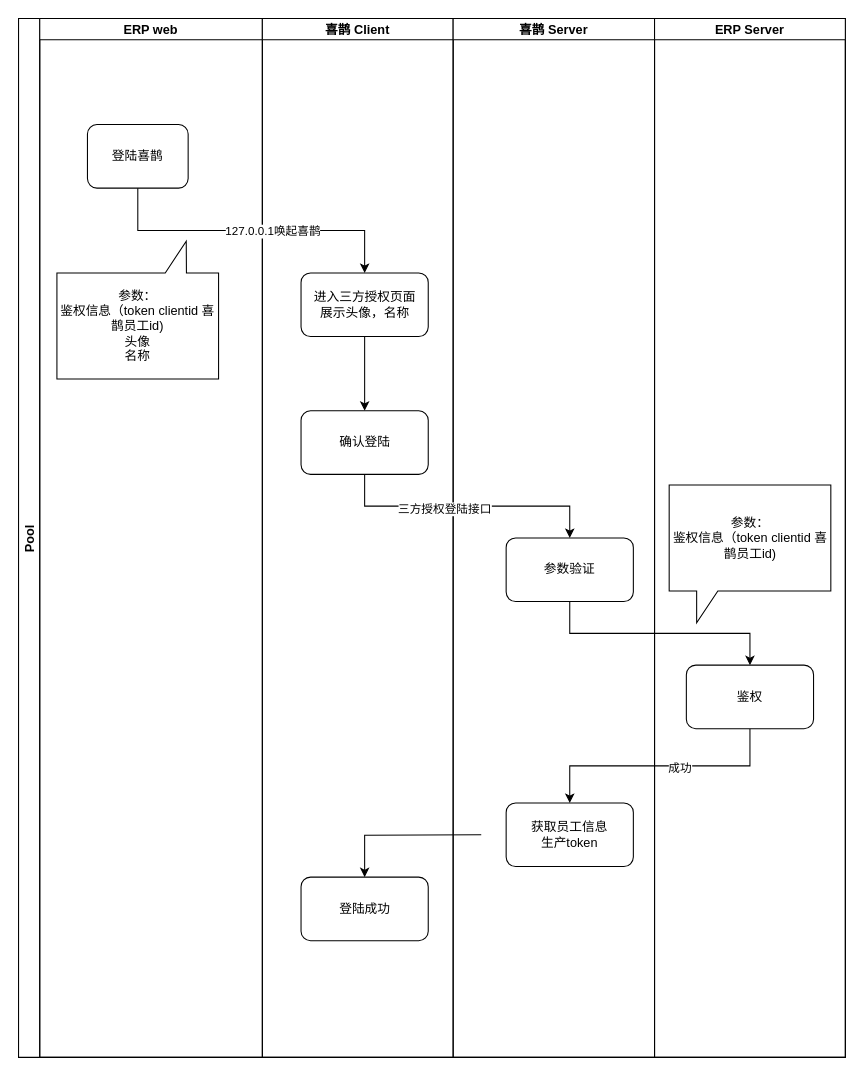
Above: erp授权登录喜鹊流程图.drawio in zhuhuifei/draw.io (draw.io), before the change. Source tidied: cells renumbered, new cells numbered last; positions are measured from the earlier drawing's top-left corner, leaving out a move shared by most shapes. Both pictures are drawn from the tidied source at 106%, with x=0, y=0 at pixel (18, 18).
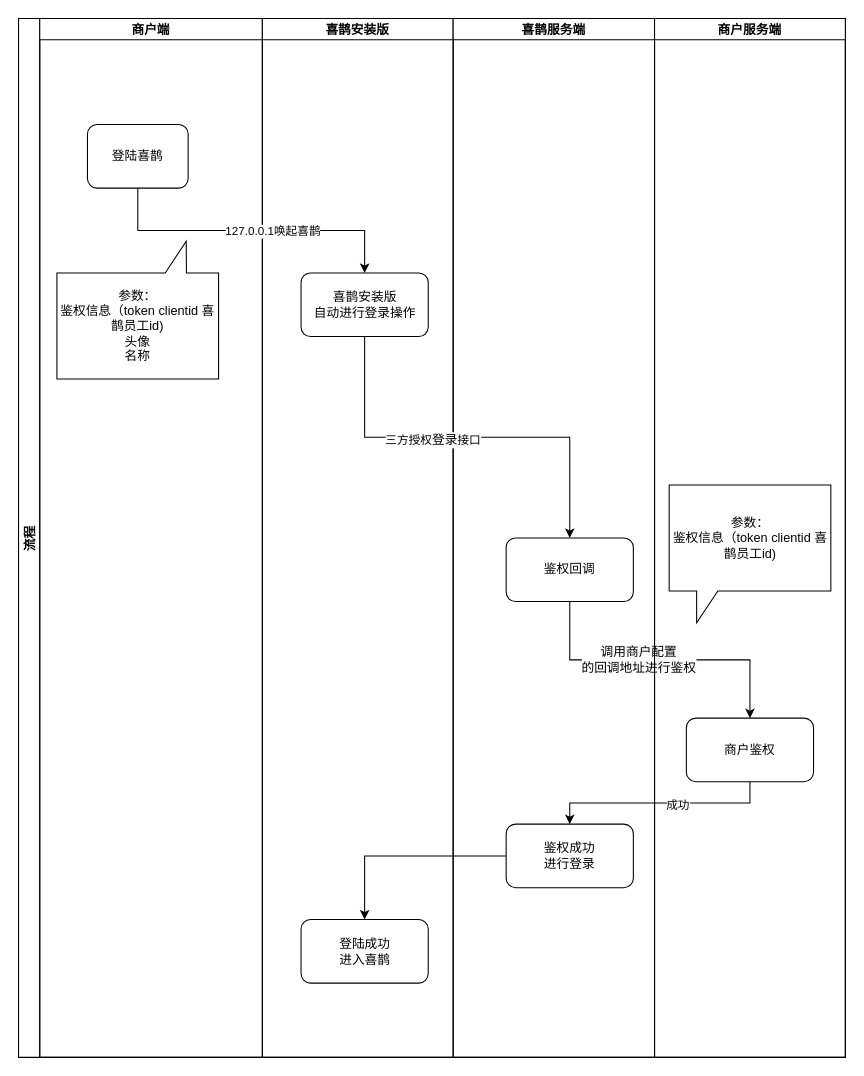
After the change.

Commit message:
更新erp授权登录喜鹊流程图.drawio

The change refers to these unchanged cells:
```xml
<mxCell id="4" value="登陆喜鹊" style="rounded=1;whiteSpace=wrap;html=1;" parent="3" vertex="1">
  <mxGeometry x="45" y="100" width="95" height="60" as="geometry" />
</mxCell>
<mxCell id="15" style="edgeStyle=orthogonalEdgeStyle;rounded=0;jettySize=auto;html=1;exitX=0.5;exitY=1;exitDx=0;exitDy=0;" parent="2" edge="1" source="13" target="19">
  <mxGeometry relative="1" as="geometry" />
</mxCell>
<mxCell id="23" style="edgeStyle=orthogonalEdgeStyle;rounded=0;jettySize=auto;html=1;entryX=0.5;entryY=0;entryDx=0;entryDy=0;exitX=0.5;exitY=1;exitDx=0;exitDy=0;" parent="2" edge="1" source="10" target="13">
  <mxGeometry relative="1" as="geometry" />
</mxCell>
```

Diff of the diagram source:
```diff
@@
-    <mxCell id="2" value="Pool" style="swimlane;startSize=20;horizontal=0;" parent="1" vertex="1">
+    <mxCell id="2" value="流程" style="swimlane;startSize=20;horizontal=0;" parent="1" vertex="1">
       <mxGeometry width="780" height="980" as="geometry" />
     </mxCell>
-    <mxCell id="3" value="ERP web" style="swimlane;startSize=20;" parent="2" vertex="1">
+    <mxCell id="3" value="商户端" style="swimlane;startSize=20;" parent="2" vertex="1">
       <mxGeometry x="20" width="210" height="980" as="geometry" />
     </mxCell>
@@
-    <mxCell id="6" style="edgeStyle=orthogonalEdgeStyle;rounded=0;jettySize=auto;html=1;" parent="2" edge="1" target="11">
-      <mxGeometry relative="1" as="geometry">
-        <mxPoint x="436.5" y="770" as="sourcePoint" />
-      </mxGeometry>
+    <mxCell id="6" style="edgeStyle=orthogonalEdgeStyle;rounded=0;jettySize=auto;html=1;exitX=0;exitY=0.5;exitDx=0;exitDy=0;" parent="2" edge="1" source="14" target="11">
+      <mxGeometry relative="1" as="geometry" />
     </mxCell>
-    <mxCell id="7" value="喜鹊 Client" style="swimlane;startSize=20;" parent="2" vertex="1">
+    <mxCell id="7" value="喜鹊安装版" style="swimlane;startSize=20;" parent="2" vertex="1">
       <mxGeometry x="230" width="180" height="980" as="geometry" />
     </mxCell>
-    <mxCell id="8" style="edgeStyle=orthogonalEdgeStyle;rounded=0;jettySize=auto;html=1;" parent="7" edge="1" source="9" target="10">
-      <mxGeometry relative="1" as="geometry" />
-    </mxCell>
-    <mxCell id="9" value="进入三方授权页面&lt;br&gt;展示头像，名称" style="rounded=1;whiteSpace=wrap;html=1;" parent="7" vertex="1">
-      <mxGeometry x="36.5" y="240" width="120" height="60" as="geometry" />
-    </mxCell>
-    <mxCell id="10" value="确认登陆" style="rounded=1;whiteSpace=wrap;html=1;" parent="7" vertex="1">
-      <mxGeometry x="36.5" y="370" width="120" height="60" as="geometry" />
+    <mxCell id="10" value="喜鹊安装版&lt;br&gt;自动进行登录操作" style="rounded=1;whiteSpace=wrap;html=1;" parent="7" vertex="1">
+      <mxGeometry x="36.5" y="240" width="120" height="60" as="geometry" />
     </mxCell>
-    <mxCell id="11" value="登陆成功" style="rounded=1;whiteSpace=wrap;html=1;" parent="7" vertex="1">
-      <mxGeometry x="36.5" y="810" width="120" height="60" as="geometry" />
+    <mxCell id="11" value="登陆成功&lt;br&gt;进入喜鹊" style="rounded=1;whiteSpace=wrap;html=1;" parent="7" vertex="1">
+      <mxGeometry x="36.5" y="850" width="120" height="60" as="geometry" />
     </mxCell>
-    <mxCell id="12" value="喜鹊 Server" style="swimlane;startSize=20;" parent="2" vertex="1">
+    <mxCell id="12" value="喜鹊服务端" style="swimlane;startSize=20;" parent="2" vertex="1">
       <mxGeometry x="410" width="190" height="980" as="geometry" />
     </mxCell>
-    <mxCell id="13" value="参数验证" style="rounded=1;whiteSpace=wrap;html=1;" parent="12" vertex="1">
+    <mxCell id="13" value="鉴权回调" style="rounded=1;whiteSpace=wrap;html=1;" parent="12" vertex="1">
       <mxGeometry x="50" y="490" width="120" height="60" as="geometry" />
     </mxCell>
-    <mxCell id="14" value="获取员工信息&lt;br&gt;生产token" style="rounded=1;whiteSpace=wrap;html=1;" parent="12" vertex="1">
-      <mxGeometry x="50" y="740" width="120" height="60" as="geometry" />
+    <mxCell id="14" value="鉴权成功&lt;br&gt;进行登录" style="rounded=1;whiteSpace=wrap;html=1;" parent="12" vertex="1">
+      <mxGeometry x="50" y="760" width="120" height="60" as="geometry" />
     </mxCell>
@@
+    <mxCell id="27" value="&lt;span style=&quot;font-size: 12px; background-color: rgb(251, 251, 251);&quot;&gt;调用商户配置&lt;br&gt;的回调地址进行鉴权&lt;/span&gt;" style="edgeLabel;html=1;align=center;verticalAlign=middle;" parent="15" vertex="1">
+      <mxGeometry x="-0.15" y="1" relative="1" as="geometry" />
+    </mxCell>
@@
-    <mxCell id="18" value="ERP Server" style="swimlane;startSize=20;" parent="2" vertex="1">
+    <mxCell id="18" value="商户服务端" style="swimlane;startSize=20;" parent="2" vertex="1">
       <mxGeometry x="600" width="180" height="980" as="geometry" />
     </mxCell>
-    <mxCell id="19" value="鉴权" style="rounded=1;whiteSpace=wrap;html=1;" parent="18" vertex="1">
-      <mxGeometry x="30" y="610" width="120" height="60" as="geometry" />
+    <mxCell id="19" value="商户鉴权" style="rounded=1;whiteSpace=wrap;html=1;" parent="18" vertex="1">
+      <mxGeometry x="30" y="660" width="120" height="60" as="geometry" />
     </mxCell>
@@
-    <mxCell id="21" style="edgeStyle=orthogonalEdgeStyle;rounded=0;jettySize=auto;html=1;exitX=0.5;exitY=1;exitDx=0;exitDy=0;" parent="2" edge="1" source="4" target="9">
+    <mxCell id="21" style="edgeStyle=orthogonalEdgeStyle;rounded=0;jettySize=auto;html=1;exitX=0.5;exitY=1;exitDx=0;exitDy=0;entryX=0.5;entryY=0;entryDx=0;entryDy=0;" parent="2" edge="1" source="4" target="10">
       <mxGeometry relative="1" as="geometry" />
     </mxCell>
@@
-    <mxCell id="24" value="三方授权登陆接口" style="edgeLabel;html=1;align=center;verticalAlign=middle;" parent="23" vertex="1">
+    <mxCell id="24" value="三方授权&lt;span style=&quot;font-size: 12px; background-color: rgb(251, 251, 251);&quot;&gt;登录&lt;/span&gt;接口" style="edgeLabel;html=1;align=center;verticalAlign=middle;" parent="23" vertex="1">
       <mxGeometry x="-0.17" y="-2" relative="1" as="geometry" />
     </mxCell>
```
